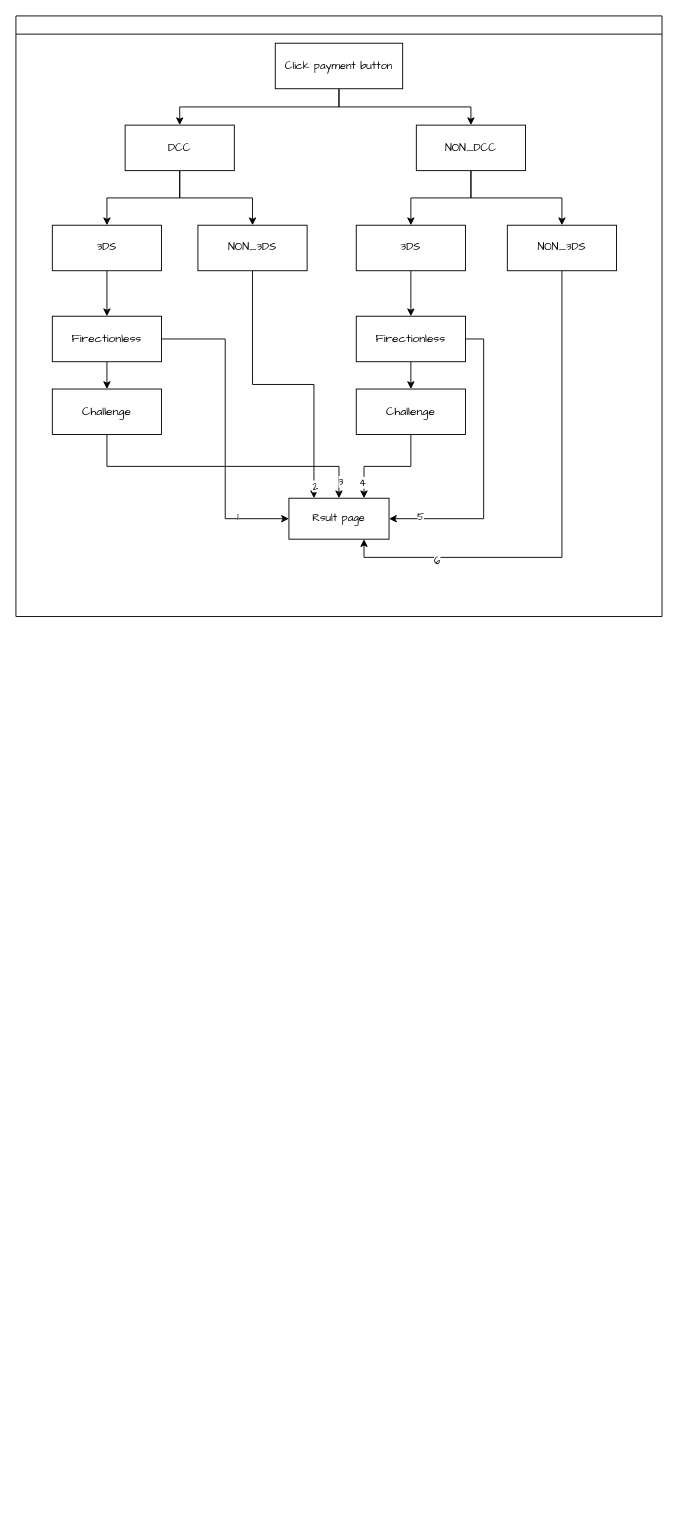
The draw.io diagram Untitled Diagram.drawio in shirly-chen-awx/demo1, before the edit. Source tidied: cells renumbered, new cells numbered last; positions are measured from the earlier drawing's top-left corner, leaving out a move shared by most shapes. Both pictures are drawn from the tidied source at 91%, with x=0, y=0 at pixel (15, 15).
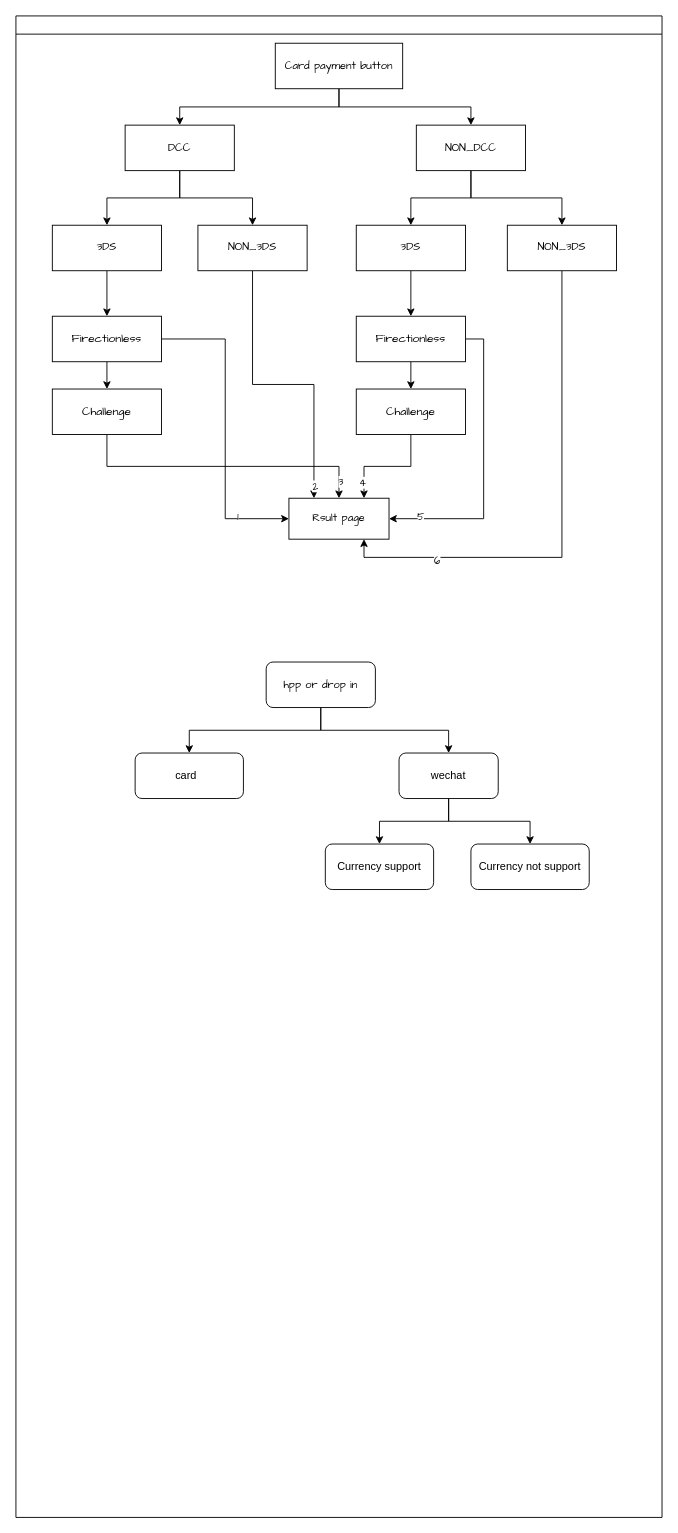
The same diagram, later.

Change to the diagram source:
```diff
@@
     <mxCell id="2" style="swimlane;html=1;startSize=20;horizontal=1;containerType=tree;glass=0;fontFamily=Comic Sans MS;" parent="1" vertex="1">
-      <mxGeometry width="710" height="660" as="geometry" />
+      <mxGeometry width="710" height="1650" as="geometry" />
     </mxCell>
@@
-    <mxCell id="11" value="&lt;font face=&quot;Comic Sans MS&quot;&gt;Click payment button&lt;/font&gt;" style="rounded=0;whiteSpace=wrap;html=1;" parent="2" vertex="1">
+    <mxCell id="11" value="&lt;font face=&quot;Comic Sans MS&quot;&gt;Card payment button&lt;/font&gt;" style="rounded=0;whiteSpace=wrap;html=1;" parent="2" vertex="1">
       <mxGeometry x="285" y="30" width="140" height="50" as="geometry" />
     </mxCell>
@@
+    <mxCell id="37" style="edgeStyle=orthogonalEdgeStyle;rounded=0;jettySize=auto;html=1;exitX=0.5;exitY=1;exitDx=0;exitDy=0;entryX=0.5;entryY=0;entryDx=0;entryDy=0;" parent="2" edge="1" source="39" target="40">
+      <mxGeometry relative="1" as="geometry" />
+    </mxCell>
+    <mxCell id="38" style="edgeStyle=orthogonalEdgeStyle;rounded=0;jettySize=auto;html=1;exitX=0.5;exitY=1;exitDx=0;exitDy=0;" parent="2" edge="1" source="39" target="43">
+      <mxGeometry relative="1" as="geometry" />
+    </mxCell>
+    <mxCell id="39" value="&lt;font face=&quot;Comic Sans MS&quot;&gt;hpp or drop in&lt;/font&gt;" style="rounded=1;whiteSpace=wrap;html=1;" parent="2" vertex="1">
+      <mxGeometry x="275" y="710" width="120" height="50" as="geometry" />
+    </mxCell>
+    <mxCell id="40" value="card&amp;nbsp;&amp;nbsp;" style="rounded=1;whiteSpace=wrap;html=1;" parent="2" vertex="1">
+      <mxGeometry x="131" y="810" width="119" height="50" as="geometry" />
+    </mxCell>
+    <mxCell id="41" style="edgeStyle=orthogonalEdgeStyle;rounded=0;jettySize=auto;html=1;exitX=0.5;exitY=1;exitDx=0;exitDy=0;" parent="2" edge="1" source="43" target="44">
+      <mxGeometry relative="1" as="geometry" />
+    </mxCell>
+    <mxCell id="42" style="edgeStyle=orthogonalEdgeStyle;rounded=0;jettySize=auto;html=1;exitX=0.5;exitY=1;exitDx=0;exitDy=0;" parent="2" edge="1" source="43" target="45">
+      <mxGeometry relative="1" as="geometry" />
+    </mxCell>
+    <mxCell id="43" value="wechat" style="rounded=1;whiteSpace=wrap;html=1;" parent="2" vertex="1">
+      <mxGeometry x="421" y="810" width="109" height="50" as="geometry" />
+    </mxCell>
+    <mxCell id="44" value="Currency support" style="rounded=1;whiteSpace=wrap;html=1;" parent="2" vertex="1">
+      <mxGeometry x="340" y="910" width="119" height="50" as="geometry" />
+    </mxCell>
+    <mxCell id="45" value="Currency not support" style="rounded=1;whiteSpace=wrap;html=1;" parent="2" vertex="1">
+      <mxGeometry x="500" y="910" width="130" height="50" as="geometry" />
+    </mxCell>
```
